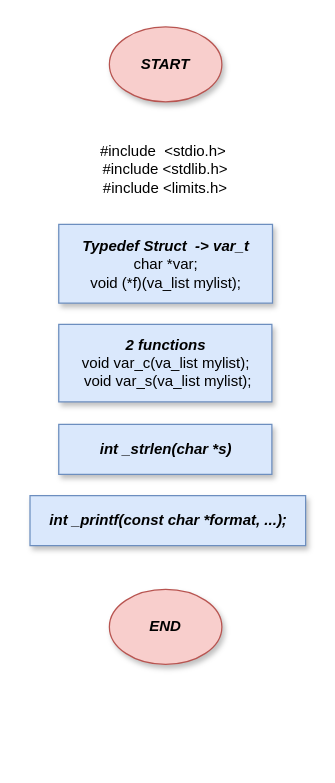
Before: page "main.h" (4 of 4) of Diagramme sans nom.drawio in Amandine4731/holbertonschool-printf, a draw.io diagram. Source tidied: cells renumbered, new cells numbered last; positions are measured from the earlier drawing's top-left corner, leaving out a move shared by most shapes. Both pictures are drawn from the tidied source at 125%, with x=0, y=0 at pixel (29, 26).
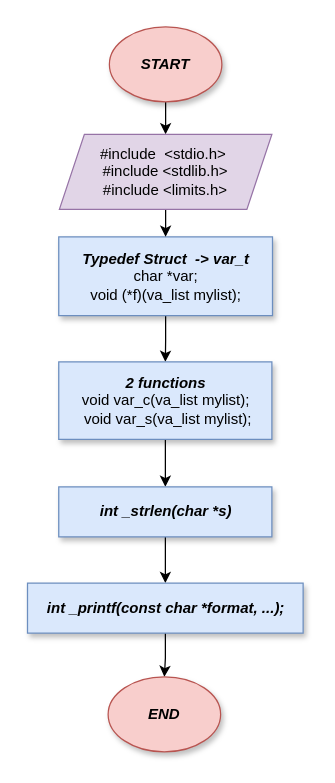
The same page after the edit.

Change to the diagram source:
```diff
@@
 <mxGraphModel>
   <root>
     <mxCell id="0" />
     <mxCell id="1" parent="0" />
+    <mxCell id="9" style="edgeStyle=orthogonalEdgeStyle;rounded=0;jettySize=auto;html=1;" parent="1" edge="1" source="2" target="4">
+      <mxGeometry relative="1" as="geometry" />
+    </mxCell>
     <mxCell id="2" value="&lt;b&gt;&lt;i&gt;Typedef Struct&amp;nbsp; -&amp;gt; var_t&lt;/i&gt;&lt;/b&gt;&lt;br&gt;char *var;&lt;br&gt;void (*f)(va_list mylist);" style="rounded=0;whiteSpace=wrap;html=1;shadow=1;strokeWidth=1;fillColor=#dae8fc;strokeColor=#6c8ebf;" parent="1" vertex="1">
-      <mxGeometry x="23.5" y="158" width="171" height="63" as="geometry" />
+      <mxGeometry x="23.5" y="168" width="171" height="63" as="geometry" />
     </mxCell>
+    <mxCell id="10" style="edgeStyle=orthogonalEdgeStyle;rounded=0;jettySize=auto;html=1;" parent="1" edge="1" source="3" target="7">
+      <mxGeometry relative="1" as="geometry" />
+    </mxCell>
     <mxCell id="3" value="&lt;b&gt;&lt;i&gt;START&lt;/i&gt;&lt;/b&gt;" style="ellipse;whiteSpace=wrap;html=1;shadow=1;fillColor=#f8cecc;strokeColor=#b85450;" parent="1" vertex="1">
       <mxGeometry x="64" width="90" height="60" as="geometry" />
     </mxCell>
+    <mxCell id="11" style="edgeStyle=orthogonalEdgeStyle;rounded=0;jettySize=auto;html=1;" parent="1" edge="1" source="4" target="5">
+      <mxGeometry relative="1" as="geometry" />
+    </mxCell>
     <mxCell id="4" value="&lt;b&gt;&lt;i&gt;2 functions&lt;br&gt;&lt;/i&gt;&lt;/b&gt;&lt;div&gt;void var_c(va_list mylist);&lt;/div&gt;&lt;div&gt;&amp;nbsp;void var_s(va_list mylist);&lt;/div&gt;" style="rounded=0;whiteSpace=wrap;html=1;shadow=1;fillColor=#dae8fc;strokeColor=#6c8ebf;" parent="1" vertex="1">
-      <mxGeometry x="23.5" y="238" width="170.5" height="62" as="geometry" />
+      <mxGeometry x="23.5" y="268" width="170.5" height="62" as="geometry" />
     </mxCell>
+    <mxCell id="12" style="edgeStyle=orthogonalEdgeStyle;rounded=0;jettySize=auto;html=1;" parent="1" edge="1" source="5" target="6">
+      <mxGeometry relative="1" as="geometry" />
+    </mxCell>
     <mxCell id="5" value="&lt;b&gt;&lt;i&gt;int _strlen(char *s)&lt;/i&gt;&lt;/b&gt;" style="rounded=0;whiteSpace=wrap;html=1;shadow=1;fillColor=#dae8fc;strokeColor=#6c8ebf;" parent="1" vertex="1">
-      <mxGeometry x="23.5" y="318" width="170.5" height="40" as="geometry" />
+      <mxGeometry x="23.5" y="368" width="170.5" height="40" as="geometry" />
     </mxCell>
+    <mxCell id="13" style="edgeStyle=orthogonalEdgeStyle;rounded=0;jettySize=auto;html=1;" parent="1" edge="1" source="6" target="8">
+      <mxGeometry relative="1" as="geometry" />
+    </mxCell>
     <mxCell id="6" value="&lt;b&gt;&lt;i&gt;int _printf(const char *format, ...);&lt;/i&gt;&lt;/b&gt;" style="rounded=0;whiteSpace=wrap;html=1;shadow=1;fillColor=#dae8fc;strokeColor=#6c8ebf;" parent="1" vertex="1">
-      <mxGeometry x="0.5" y="375" width="220.5" height="40" as="geometry" />
+      <mxGeometry x="-1.5" y="445" width="220.5" height="40" as="geometry" />
     </mxCell>
+    <mxCell id="8" value="&lt;b&gt;&lt;i&gt;END&lt;/i&gt;&lt;/b&gt;" style="ellipse;whiteSpace=wrap;html=1;shadow=1;fillColor=#f8cecc;strokeColor=#b85450;" parent="1" vertex="1">
+      <mxGeometry x="63" y="520" width="90" height="60" as="geometry" />
+    </mxCell>
+    <mxCell id="14" style="edgeStyle=orthogonalEdgeStyle;rounded=0;jettySize=auto;html=1;" parent="1" edge="1" source="7" target="2">
+      <mxGeometry relative="1" as="geometry" />
+    </mxCell>
-    <mxCell id="7" value="#include&amp;nbsp;&amp;nbsp;&amp;lt;stdio.h&amp;gt;&amp;nbsp;&lt;br&gt;#include &amp;lt;stdlib.h&amp;gt;&lt;br&gt;#include &amp;lt;limits.h&amp;gt;" style="text;whiteSpace=wrap;html=1;align=center;" parent="1" vertex="1">
-      <mxGeometry x="38.9" y="86" width="140.2" height="70" as="geometry" />
+    <mxCell id="7" value="&lt;span style=&quot;color: rgb(0, 0, 0); font-family: Helvetica; font-size: 12px; font-style: normal; font-variant-ligatures: normal; font-variant-caps: normal; font-weight: 400; letter-spacing: normal; orphans: 2; text-align: center; text-indent: 0px; text-transform: none; widows: 2; word-spacing: 0px; -webkit-text-stroke-width: 0px; text-decoration-thickness: initial; text-decoration-style: initial; text-decoration-color: initial; float: none; display: inline !important;&quot;&gt;#include&amp;nbsp;&amp;nbsp;&amp;lt;stdio.h&amp;gt;&amp;nbsp;&lt;/span&gt;&lt;br style=&quot;color: rgb(0, 0, 0); font-family: Helvetica; font-size: 12px; font-style: normal; font-variant-ligatures: normal; font-variant-caps: normal; font-weight: 400; letter-spacing: normal; orphans: 2; text-align: center; text-indent: 0px; text-transform: none; widows: 2; word-spacing: 0px; -webkit-text-stroke-width: 0px; text-decoration-thickness: initial; text-decoration-style: initial; text-decoration-color: initial;&quot;&gt;&lt;span style=&quot;color: rgb(0, 0, 0); font-family: Helvetica; font-size: 12px; font-style: normal; font-variant-ligatures: normal; font-variant-caps: normal; font-weight: 400; letter-spacing: normal; orphans: 2; text-align: center; text-indent: 0px; text-transform: none; widows: 2; word-spacing: 0px; -webkit-text-stroke-width: 0px; text-decoration-thickness: initial; text-decoration-style: initial; text-decoration-color: initial; float: none; display: inline !important;&quot;&gt;#include &amp;lt;stdlib.h&amp;gt;&lt;/span&gt;&lt;br style=&quot;color: rgb(0, 0, 0); font-family: Helvetica; font-size: 12px; font-style: normal; font-variant-ligatures: normal; font-variant-caps: normal; font-weight: 400; letter-spacing: normal; orphans: 2; text-align: center; text-indent: 0px; text-transform: none; widows: 2; word-spacing: 0px; -webkit-text-stroke-width: 0px; text-decoration-thickness: initial; text-decoration-style: initial; text-decoration-color: initial;&quot;&gt;&lt;span style=&quot;color: rgb(0, 0, 0); font-family: Helvetica; font-size: 12px; font-style: normal; font-variant-ligatures: normal; font-variant-caps: normal; font-weight: 400; letter-spacing: normal; orphans: 2; text-align: center; text-indent: 0px; text-transform: none; widows: 2; word-spacing: 0px; -webkit-text-stroke-width: 0px; text-decoration-thickness: initial; text-decoration-style: initial; text-decoration-color: initial; float: none; display: inline !important;&quot;&gt;#include &amp;lt;limits.h&amp;gt;&lt;/span&gt;" style="shape=parallelogram;perimeter=parallelogramPerimeter;whiteSpace=wrap;html=1;fixedSize=1;fillColor=#e1d5e7;strokeColor=#9673a6;" parent="1" vertex="1">
+      <mxGeometry x="24" y="86" width="170" height="60" as="geometry" />
     </mxCell>
-    <mxCell id="8" value="&lt;b&gt;&lt;i&gt;END&lt;/i&gt;&lt;/b&gt;" style="ellipse;whiteSpace=wrap;html=1;shadow=1;fillColor=#f8cecc;strokeColor=#b85450;" parent="1" vertex="1">
-      <mxGeometry x="64" y="450" width="90" height="60" as="geometry" />
-    </mxCell>
   </root>
 </mxGraphModel>
```
